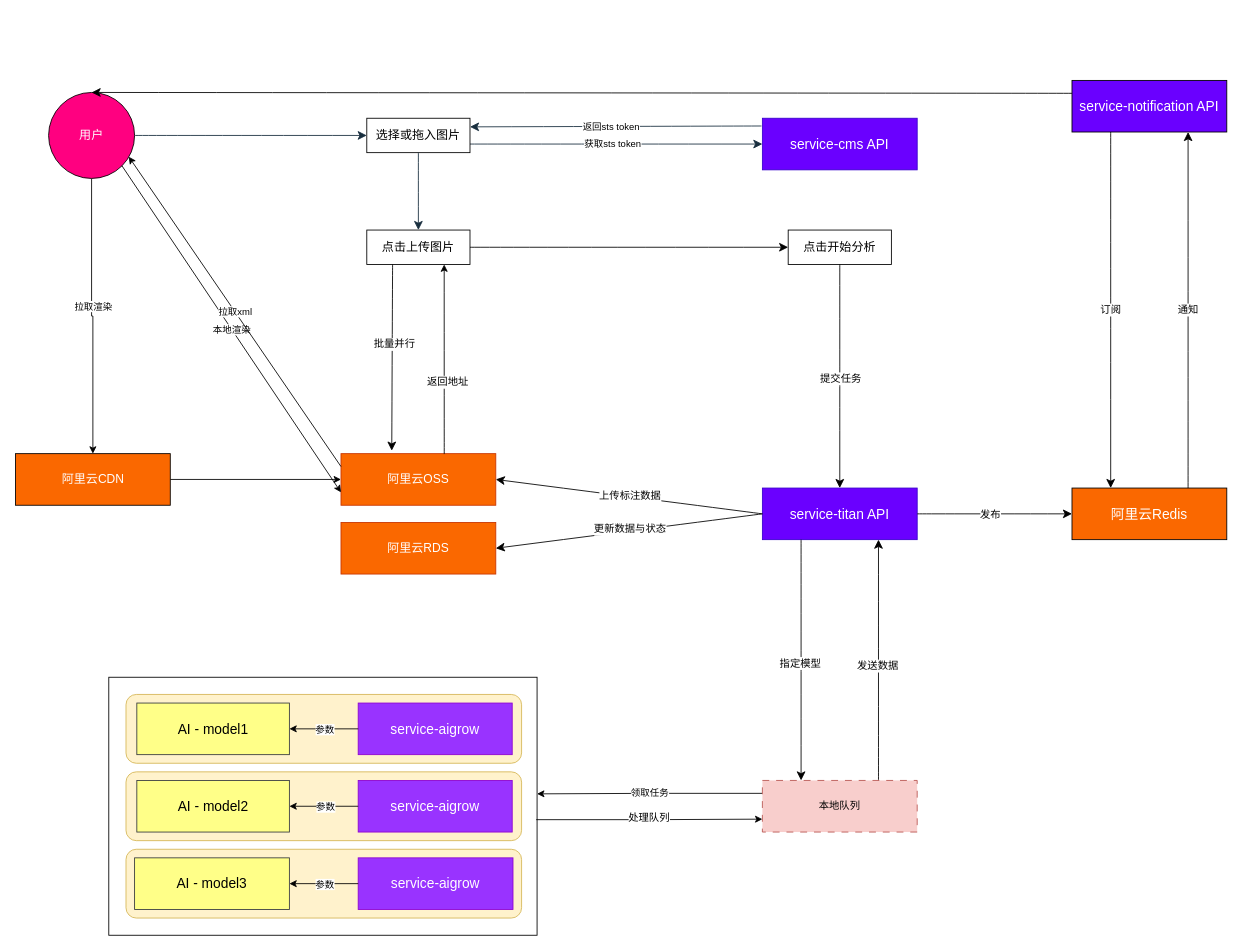
Before: Ripen.drawio in deepberry/.draw, a draw.io diagram. Source tidied: cells renumbered, new cells numbered last; positions are measured from the earlier drawing's top-left corner, leaving out a move shared by most shapes. Both pictures are drawn from the tidied source at 86%, with x=0, y=0 at pixel (15, 15).
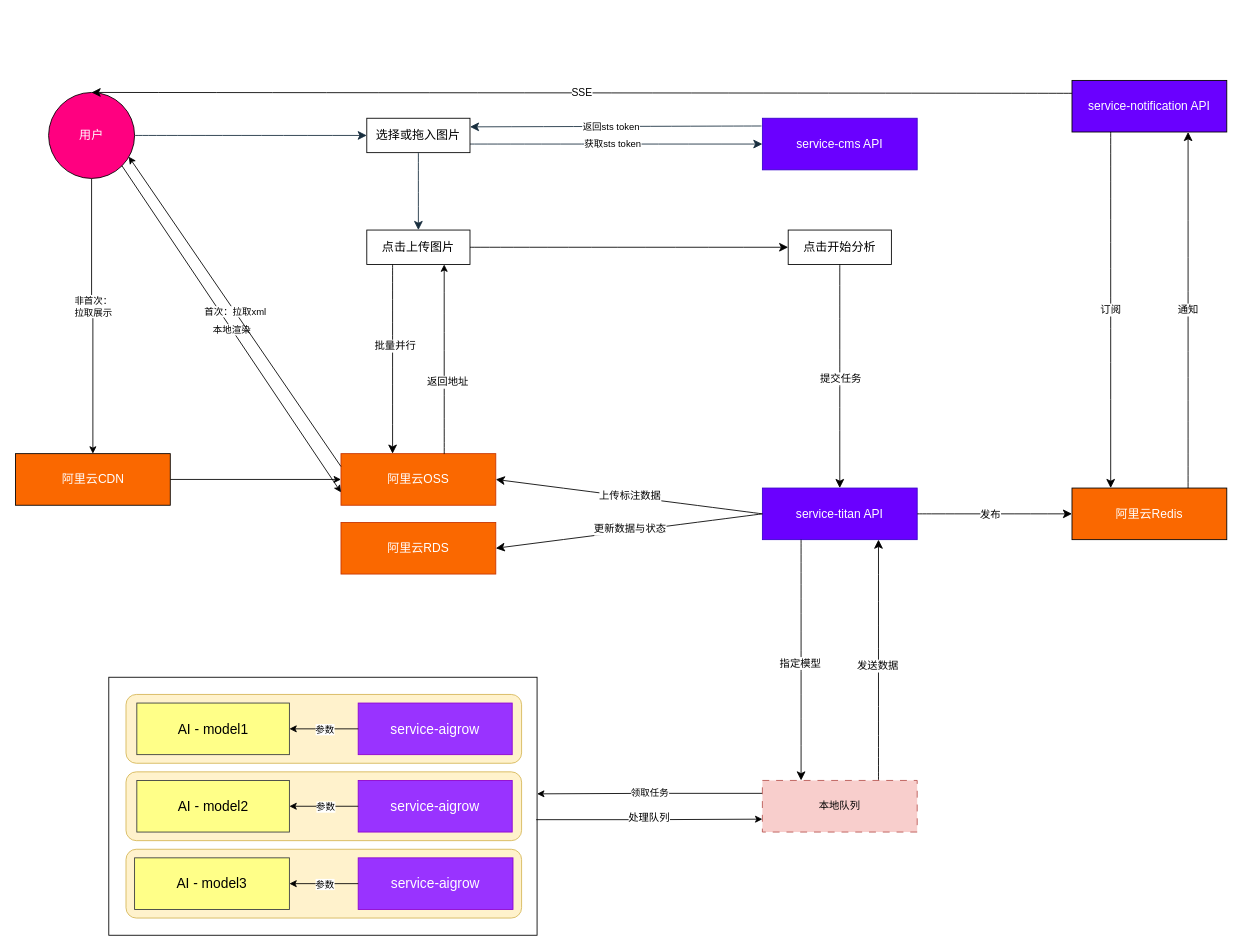
The same diagram, later.

Unchanged cells that the change refers to:
```xml
<mxCell id="12" value="点击上传图片" style="whiteSpace=wrap;html=1;fontSize=14;rounded=0;labelBackgroundColor=none;" parent="1" vertex="1">
  <mxGeometry x="408" y="250" width="120" height="40" as="geometry" />
</mxCell>
<mxCell id="13" value="阿里云OSS" style="whiteSpace=wrap;html=1;rounded=0;fontSize=14;labelBackgroundColor=none;fillColor=#fa6800;strokeColor=#C73500;fontColor=#FFFFFF;" parent="1" vertex="1">
  <mxGeometry x="378" y="510" width="180" height="60" as="geometry" />
</mxCell>
<mxCell id="34" style="edgeStyle=orthogonalEdgeStyle;rounded=0;jettySize=auto;html=1;exitX=0.5;exitY=1;exitDx=0;exitDy=0;entryX=0.5;entryY=0;entryDx=0;entryDy=0;" parent="1" edge="1" source="36" target="57">
  <mxGeometry relative="1" as="geometry" />
</mxCell>
<mxCell id="36" value="用户" style="ellipse;whiteSpace=wrap;html=1;fontSize=14;fontColor=#FFFFFF;fillColor=#FF0080;" parent="1" vertex="1">
  <mxGeometry x="38" y="90" width="100" height="100" as="geometry" />
</mxCell>
```

What changed in the source:
```diff
@@
-    <mxCell id="6" value="service-cms API" style="whiteSpace=wrap;html=1;fontSize=16;labelBackgroundColor=none;rounded=0;fillColor=#6a00ff;strokeColor=#3700CC;fontColor=#ffffff;" parent="1" vertex="1">
+    <mxCell id="6" value="service-cms API" style="whiteSpace=wrap;html=1;fontSize=14;labelBackgroundColor=none;rounded=0;fillColor=#6a00ff;strokeColor=#3700CC;fontColor=#ffffff;" parent="1" vertex="1">
       <mxGeometry x="868" y="120" width="180" height="60" as="geometry" />
     </mxCell>
@@
-    <mxCell id="14" style="edgeStyle=none;jettySize=auto;html=1;rounded=0;fontSize=12;startSize=8;endSize=8;curved=1;entryX=0.328;entryY=-0.058;entryDx=0;entryDy=0;exitX=0.25;exitY=1;exitDx=0;exitDy=0;exitPerimeter=0;entryPerimeter=0;" parent="1" edge="1" source="12" target="13">
-      <mxGeometry relative="1" as="geometry" />
+    <mxCell id="14" style="edgeStyle=none;jettySize=auto;html=1;rounded=0;fontSize=12;startSize=8;endSize=8;curved=1;exitX=0.25;exitY=1;exitDx=0;exitDy=0;exitPerimeter=0;" parent="1" edge="1" source="12">
+      <mxGeometry relative="1" as="geometry">
+        <mxPoint x="438" y="510" as="targetPoint" />
+      </mxGeometry>
     </mxCell>
@@
-    <mxCell id="20" value="service-titan API" style="whiteSpace=wrap;html=1;fontSize=16;fillColor=#6a00ff;strokeColor=#3700CC;fontColor=#ffffff;" parent="1" vertex="1">
+    <mxCell id="20" value="service-titan API" style="whiteSpace=wrap;html=1;fontSize=14;fillColor=#6a00ff;strokeColor=#3700CC;fontColor=#ffffff;" parent="1" vertex="1">
       <mxGeometry x="868" y="550" width="180" height="60" as="geometry" />
     </mxCell>
@@
-    <mxCell id="35" value="拉取渲染" style="edgeLabel;html=1;align=center;verticalAlign=middle;" parent="34" vertex="1">
+    <mxCell id="35" value="非首次：&lt;br&gt;拉取展示" style="edgeLabel;html=1;align=center;verticalAlign=middle;" parent="34" vertex="1">
       <mxGeometry x="-0.08" y="1" relative="1" as="geometry" />
     </mxCell>
@@
-    <mxCell id="59" value="拉取xml" style="endArrow=classic;html=1;rounded=0;exitX=0;exitY=0.25;exitDx=0;exitDy=0;entryX=0.932;entryY=0.747;entryDx=0;entryDy=0;entryPerimeter=0;" parent="1" edge="1" source="13" target="36">
+    <mxCell id="59" value="首次：拉取xml" style="endArrow=classic;html=1;rounded=0;exitX=0;exitY=0.25;exitDx=0;exitDy=0;entryX=0.932;entryY=0.747;entryDx=0;entryDy=0;entryPerimeter=0;" parent="1" edge="1" source="13" target="36">
       <mxGeometry relative="1" as="geometry" />
     </mxCell>
-    <mxCell id="60" value="阿里云Redis" style="whiteSpace=wrap;html=1;fontSize=16;fillColor=#FA6800;fontColor=#FFFFFF;" parent="1" vertex="1">
+    <mxCell id="60" value="阿里云Redis" style="whiteSpace=wrap;html=1;fontSize=14;fillColor=#FA6800;fontColor=#FFFFFF;" parent="1" vertex="1">
       <mxGeometry x="1228" y="550" width="180" height="60" as="geometry" />
     </mxCell>
@@
-    <mxCell id="62" value="service-notification API" style="whiteSpace=wrap;html=1;fontSize=16;fillColor=#6A00FF;fontColor=#FFFFFF;" parent="1" vertex="1">
+    <mxCell id="62" value="service-notification API" style="whiteSpace=wrap;html=1;fontSize=14;fillColor=#6A00FF;fontColor=#FFFFFF;" parent="1" vertex="1">
       <mxGeometry x="1228" y="76" width="180" height="60" as="geometry" />
     </mxCell>
@@
-    <mxCell id="66" style="edgeStyle=none;jettySize=auto;html=1;rounded=0;fontSize=12;startSize=8;endSize=8;curved=1;entryX=0.5;entryY=0;entryDx=0;entryDy=0;exitX=0;exitY=0.25;exitDx=0;exitDy=0;" parent="1" edge="1" source="62" target="36">
+    <mxCell id="66" value="SSE" style="edgeStyle=none;jettySize=auto;html=1;rounded=0;fontSize=12;startSize=8;endSize=8;curved=1;entryX=0.5;entryY=0;entryDx=0;entryDy=0;exitX=0;exitY=0.25;exitDx=0;exitDy=0;" parent="1" edge="1" source="62" target="36">
       <mxGeometry relative="1" as="geometry" />
     </mxCell>
```
